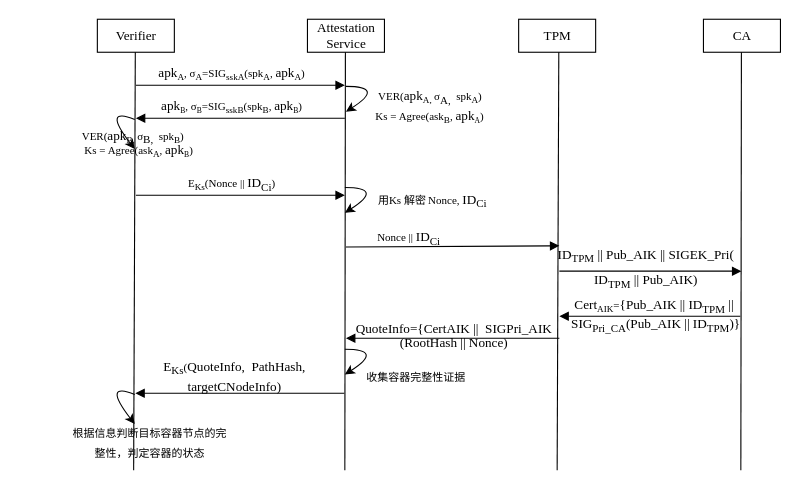
Earlier version of the draw.io diagram remote attestation Diagram.drawio (dessertss/Scytale). Source tidied: cells renumbered, new cells numbered last; positions are measured from the earlier drawing's top-left corner, leaving out a move shared by most shapes. Both pictures are drawn from the tidied source at 110%, with x=0, y=0 at pixel (18, 19).
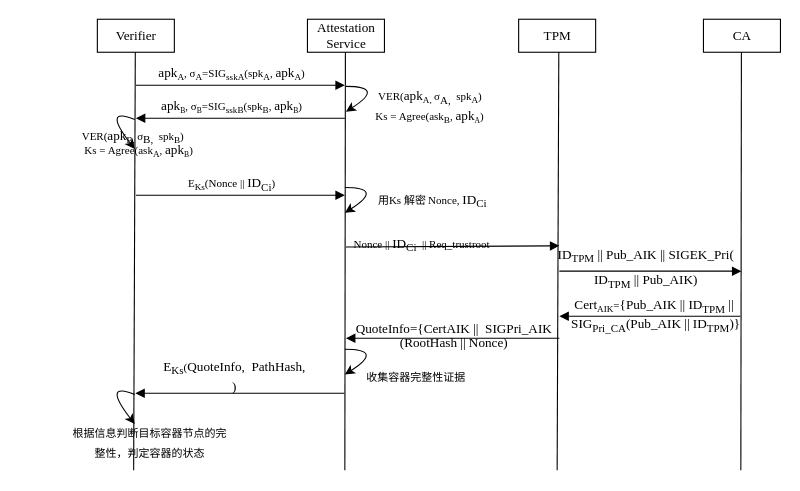
After the change.

Change to the diagram source:
```diff
@@
-    <mxCell id="24" value="&lt;span style=&quot;font-size: 10px&quot;&gt;Nonce ||&lt;/span&gt;&lt;span style=&quot;font-size: 10px&quot;&gt;&amp;nbsp;&lt;/span&gt;ID&lt;sub&gt;Ci&lt;/sub&gt;&lt;sub&gt;&lt;span style=&quot;font-size: 8px&quot;&gt;&lt;br&gt;&lt;/span&gt;&lt;/sub&gt;" style="rounded=0;whiteSpace=wrap;html=1;fontFamily=Times New Roman;fontColor=default;strokeColor=none;fillColor=none;" parent="1" vertex="1">
-      <mxGeometry x="287.5" y="194" width="134.5" height="10" as="geometry" />
+    <mxCell id="24" value="&lt;span style=&quot;font-size: 10px&quot;&gt;Nonce ||&lt;/span&gt;&lt;span style=&quot;font-size: 10px&quot;&gt;&amp;nbsp;&lt;/span&gt;ID&lt;sub&gt;Ci&amp;nbsp;&lt;/sub&gt;&lt;span style=&quot;font-size: 10px&quot;&gt;&amp;nbsp;|| Req_trustroot&lt;/span&gt;&lt;span style=&quot;font-size: 10px&quot;&gt;&amp;nbsp;&lt;/span&gt;&lt;sub&gt;&lt;span style=&quot;font-size: 8px&quot;&gt;&lt;br&gt;&lt;/span&gt;&lt;/sub&gt;" style="rounded=0;whiteSpace=wrap;html=1;fontFamily=Times New Roman;fontColor=default;strokeColor=none;fillColor=none;" parent="1" vertex="1">
+      <mxGeometry x="301" y="200" width="134.5" height="10" as="geometry" />
     </mxCell>
@@
-    <mxCell id="34" value="E&lt;sub&gt;Ks&lt;/sub&gt;&lt;span style=&quot;font-size: 10px&quot;&gt;(&lt;/span&gt;QuoteInfo,&amp;nbsp; PathHash, targetCNodeInfo)&lt;sub&gt;&lt;br&gt;&lt;/sub&gt;" style="rounded=0;whiteSpace=wrap;html=1;fontFamily=Times New Roman;fontColor=default;strokeColor=none;fillColor=none;" parent="1" vertex="1">
+    <mxCell id="34" value="E&lt;sub&gt;Ks&lt;/sub&gt;&lt;span style=&quot;font-size: 10px&quot;&gt;(&lt;/span&gt;QuoteInfo,&amp;nbsp; PathHash, &lt;br&gt;)&lt;sub&gt;&lt;br&gt;&lt;/sub&gt;" style="rounded=0;whiteSpace=wrap;html=1;fontFamily=Times New Roman;fontColor=default;strokeColor=none;fillColor=none;" parent="1" vertex="1">
       <mxGeometry x="107" y="321" width="180" height="10" as="geometry" />
     </mxCell>
```
